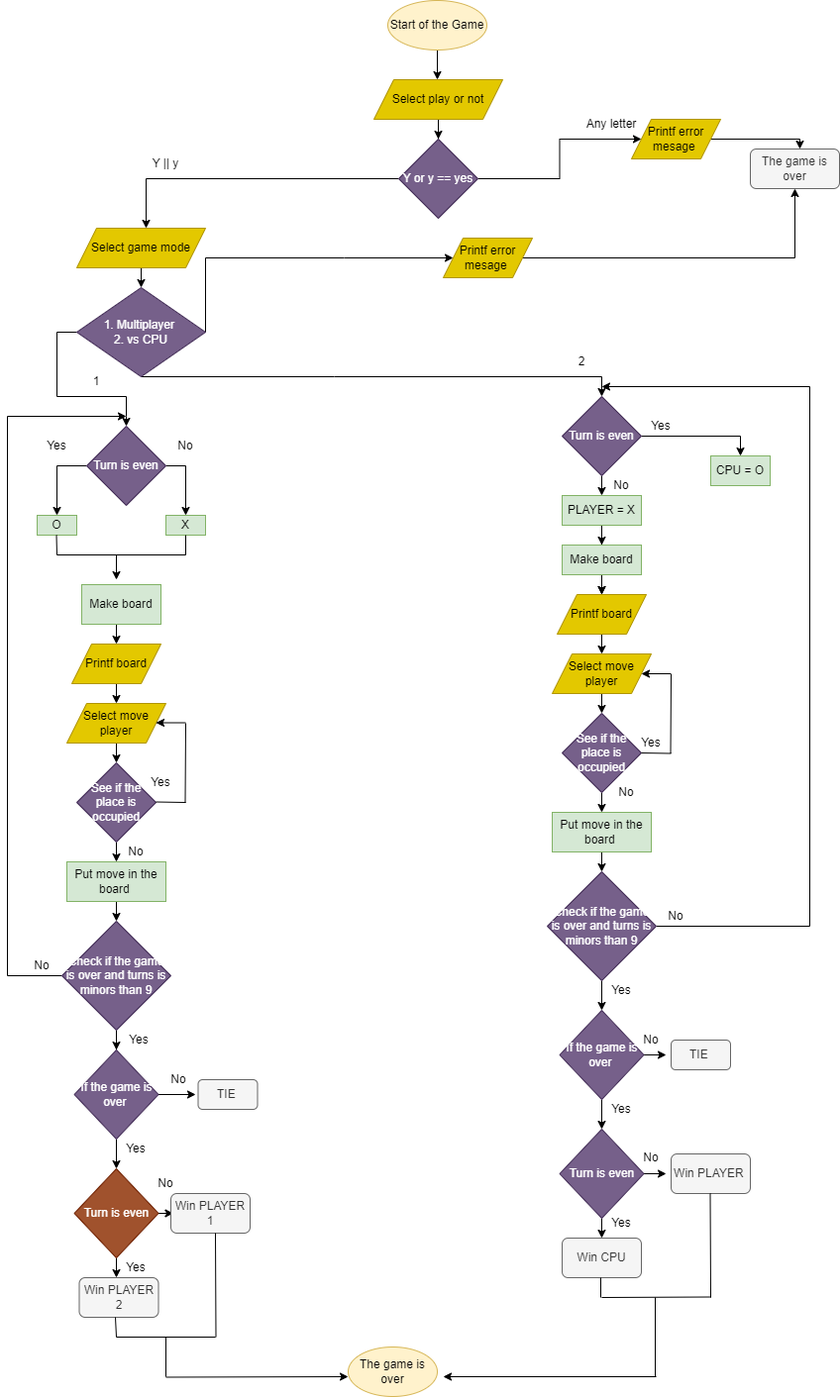
Earlier version of the draw.io export imagenes/Diagrama.png (UP210170/UP210170_CPP). Source tidied: cells renumbered, new cells last; positions are measured from the earlier drawing's top-left corner, leaving out a move shared by most shapes.
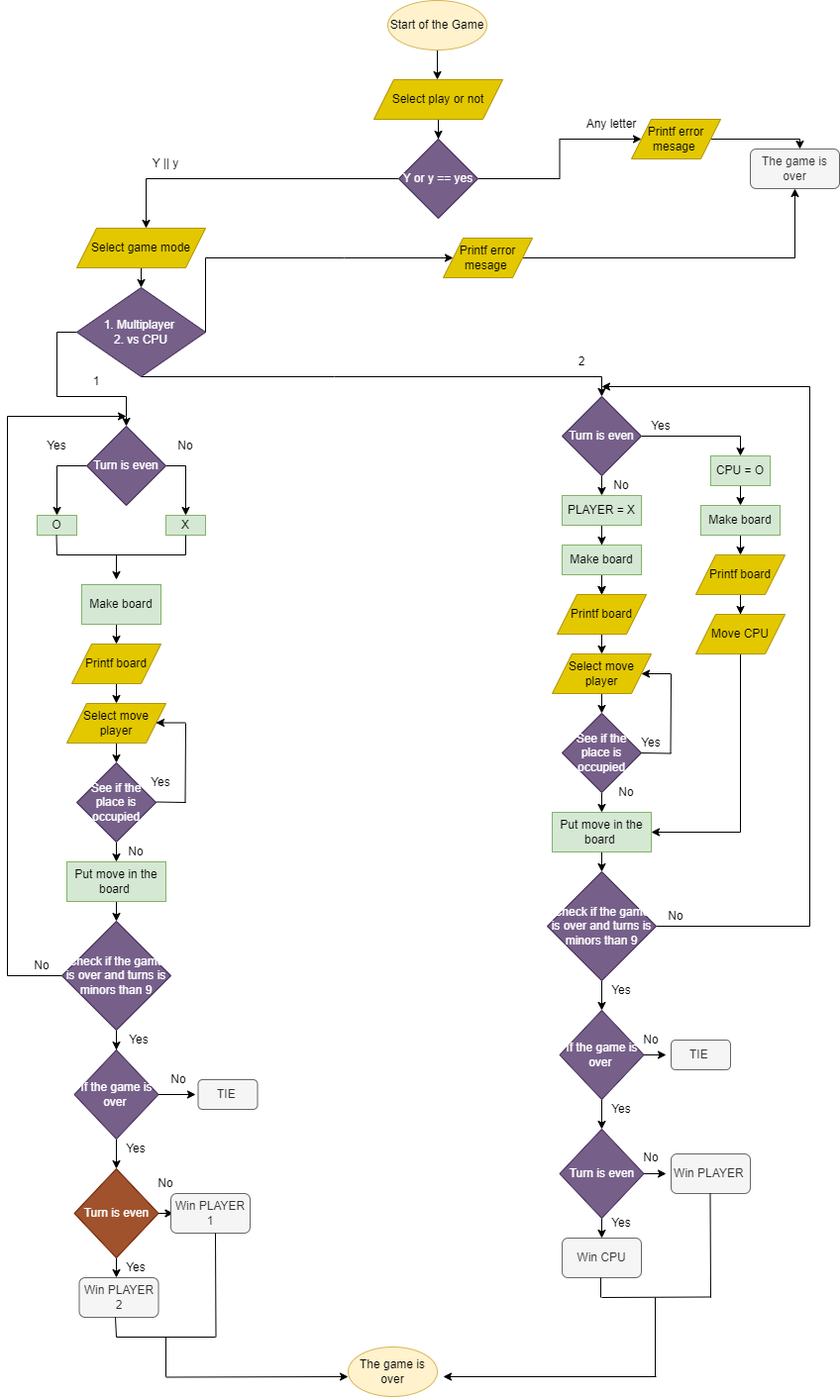
The same file after the commit.

What changed in the source:
```diff
@@ -316,6 +316,11 @@
     <mxCell id="75" value="PLAYER = X" style="rounded=0;whiteSpace=wrap;html=1;fontSize=12;fillColor=#d5e8d4;strokeColor=#82b366;" parent="1" vertex="1">
       <mxGeometry x="560" y="500" width="80" height="30" as="geometry" />
     </mxCell>
+    <mxCell id="122" style="edgeStyle=orthogonalEdgeStyle;rounded=0;jettySize=auto;html=1;exitX=0.5;exitY=1;exitDx=0;exitDy=0;" parent="1" edge="1" source="76">
+      <mxGeometry relative="1" as="geometry">
+        <mxPoint x="740" y="510" as="targetPoint" />
+      </mxGeometry>
+    </mxCell>
     <mxCell id="76" value="CPU = O" style="rounded=0;whiteSpace=wrap;html=1;fontSize=12;fillColor=#d5e8d4;strokeColor=#82b366;" parent="1" vertex="1">
       <mxGeometry x="710" y="460" width="60" height="30" as="geometry" />
     </mxCell>
@@ -519,5 +524,29 @@
         <mxPoint x="440" y="1390" as="targetPoint" />
       </mxGeometry>
     </mxCell>
+    <mxCell id="123" style="edgeStyle=orthogonalEdgeStyle;rounded=0;jettySize=auto;html=1;exitX=0.5;exitY=1;exitDx=0;exitDy=0;" parent="1" edge="1" source="124">
+      <mxGeometry relative="1" as="geometry">
+        <mxPoint x="740" y="560" as="targetPoint" />
+      </mxGeometry>
+    </mxCell>
+    <mxCell id="124" value="Make board" style="rounded=0;whiteSpace=wrap;html=1;fontSize=12;fillColor=#d5e8d4;strokeColor=#82b366;" parent="1" vertex="1">
+      <mxGeometry x="700" y="510" width="80" height="30" as="geometry" />
+    </mxCell>
+    <mxCell id="125" style="edgeStyle=orthogonalEdgeStyle;rounded=0;jettySize=auto;html=1;exitX=0.5;exitY=1;exitDx=0;exitDy=0;" parent="1" edge="1" source="126" target="128">
+      <mxGeometry relative="1" as="geometry" />
+    </mxCell>
+    <mxCell id="126" value="Printf board" style="shape=parallelogram;perimeter=parallelogramPerimeter;whiteSpace=wrap;html=1;fixedSize=1;fontSize=12;fillColor=#e3c800;fontColor=#000000;strokeColor=#B09500;" parent="1" vertex="1">
+      <mxGeometry x="695" y="560" width="90" height="40" as="geometry" />
+    </mxCell>
+    <mxCell id="127" style="edgeStyle=orthogonalEdgeStyle;rounded=0;jettySize=auto;html=1;exitX=0.5;exitY=1;exitDx=0;exitDy=0;entryX=1;entryY=0.5;entryDx=0;entryDy=0;" parent="1" edge="1" source="128" target="93">
+      <mxGeometry relative="1" as="geometry">
+        <Array as="points">
+          <mxPoint x="740" y="840" />
+        </Array>
+      </mxGeometry>
+    </mxCell>
+    <mxCell id="128" value="Move CPU" style="shape=parallelogram;perimeter=parallelogramPerimeter;whiteSpace=wrap;html=1;fixedSize=1;fontSize=12;fillColor=#e3c800;fontColor=#000000;strokeColor=#B09500;" parent="1" vertex="1">
+      <mxGeometry x="695" y="620" width="90" height="40" as="geometry" />
+    </mxCell>
   </root>
 </mxGraphModel>
```
